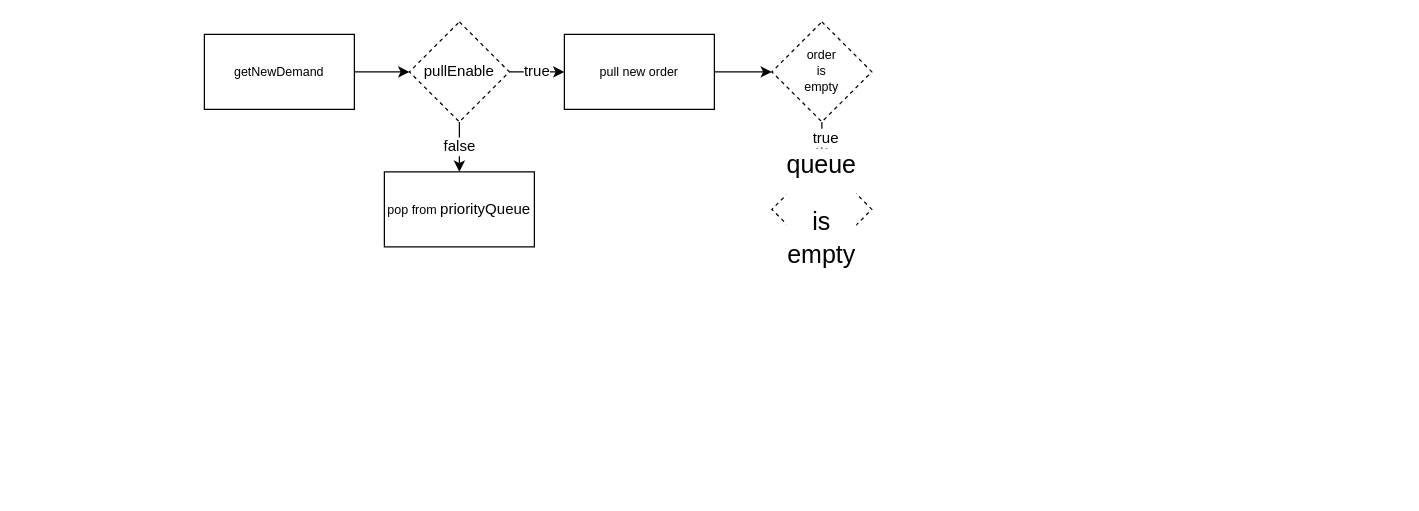
fenwuyaoji/learngit keeps this draw.io diagram as page "Page-4" (4 of 5) of Untitled Diagram.drawio. Above is the earlier version. Source tidied: cells renumbered, new cells numbered last; positions are measured from the earlier drawing's top-left corner, leaving out a move shared by most shapes. Both pictures are drawn from the tidied source at 125%, with x=0, y=0 at pixel (204, 21).
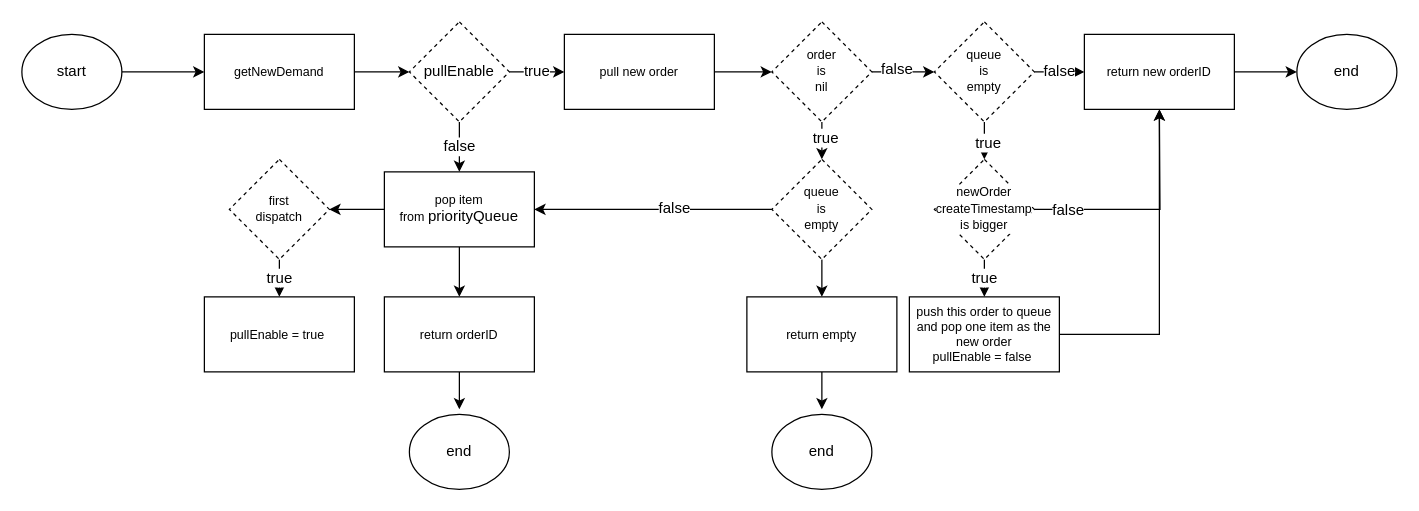
The same page after the edit.

Unchanged cells that the change refers to:
```xml
<mxCell id="3" value="getNewDemand" style="rounded=0;whiteSpace=wrap;html=1;fontSize=10;" parent="1" vertex="1">
  <mxGeometry y="10" width="120" height="60" as="geometry" />
</mxCell>
```

What changed in the source:
```diff
@@
+    <mxCell id="14" style="edgeStyle=orthogonalEdgeStyle;rounded=0;jettySize=auto;html=1;entryX=0.5;entryY=0;entryDx=0;entryDy=0;fontFamily=Helvetica;fontSize=12;" parent="1" edge="1" source="7" target="25">
+      <mxGeometry relative="1" as="geometry" />
+    </mxCell>
+    <mxCell id="15" style="edgeStyle=orthogonalEdgeStyle;rounded=0;jettySize=auto;html=1;entryX=1;entryY=0.5;entryDx=0;entryDy=0;fontFamily=Helvetica;fontSize=12;" parent="1" edge="1" source="7" target="27">
+      <mxGeometry relative="1" as="geometry" />
+    </mxCell>
-    <mxCell id="7" value="pop from&amp;nbsp;&lt;span style=&quot;background-color: rgb(255 , 255 , 255)&quot;&gt;&lt;font style=&quot;font-size: 12px&quot;&gt;priorityQueue&lt;/font&gt;&lt;/span&gt;" style="rounded=0;whiteSpace=wrap;html=1;fontSize=10;" parent="1" vertex="1">
+    <mxCell id="7" value="pop item from&amp;nbsp;&lt;span style=&quot;background-color: rgb(255 , 255 , 255)&quot;&gt;&lt;font style=&quot;font-size: 12px&quot;&gt;priorityQueue&lt;/font&gt;&lt;/span&gt;" style="rounded=0;whiteSpace=wrap;html=1;fontSize=10;" parent="1" vertex="1">
       <mxGeometry x="144" y="120" width="120" height="60" as="geometry" />
     </mxCell>
@@
-    <mxCell id="10" style="edgeStyle=orthogonalEdgeStyle;rounded=0;jettySize=auto;html=1;exitX=0.5;exitY=1;exitDx=0;exitDy=0;fontFamily=Helvetica;fontSize=12;entryX=0.5;entryY=0;entryDx=0;entryDy=0;" parent="1" edge="1" source="12" target="13">
-      <mxGeometry relative="1" as="geometry" />
+    <mxCell id="10" style="edgeStyle=orthogonalEdgeStyle;rounded=0;jettySize=auto;html=1;exitX=0.5;exitY=1;exitDx=0;exitDy=0;fontFamily=Helvetica;fontSize=12;entryX=0.5;entryY=0;entryDx=0;entryDy=0;" parent="1" edge="1" source="12">
+      <mxGeometry relative="1" as="geometry">
+        <mxPoint x="494" y="110" as="targetPoint" />
+      </mxGeometry>
     </mxCell>
@@
+    <mxCell id="16" style="edgeStyle=orthogonalEdgeStyle;rounded=0;jettySize=auto;html=1;entryX=0;entryY=0.5;entryDx=0;entryDy=0;fontFamily=Helvetica;fontSize=12;" parent="1" edge="1" source="12">
+      <mxGeometry relative="1" as="geometry">
+        <mxPoint x="584" y="40" as="targetPoint" />
+      </mxGeometry>
+    </mxCell>
+    <mxCell id="17" value="false" style="edgeLabel;html=1;align=center;verticalAlign=middle;fontSize=12;fontFamily=Helvetica;" parent="16" vertex="1">
+      <mxGeometry x="-0.24" y="3" relative="1" as="geometry" />
+    </mxCell>
-    <mxCell id="12" value="&lt;pre style=&quot;background-color: rgb(255 , 255 , 255)&quot;&gt;&lt;p&gt;&lt;font face=&quot;Helvetica&quot;&gt;order&lt;br&gt;&lt;/font&gt;&lt;font face=&quot;Helvetica&quot;&gt;is&lt;br&gt;&lt;/font&gt;&lt;font face=&quot;Helvetica&quot;&gt;empty&lt;/font&gt;&lt;/p&gt;&lt;/pre&gt;" style="rhombus;whiteSpace=wrap;html=1;dashed=1;fontSize=10;fillColor=default;" parent="1" vertex="1">
+    <mxCell id="12" value="&lt;pre style=&quot;background-color: rgb(255 , 255 , 255)&quot;&gt;&lt;p&gt;&lt;font face=&quot;Helvetica&quot;&gt;order&lt;br&gt;&lt;/font&gt;&lt;font face=&quot;Helvetica&quot;&gt;is&lt;br&gt;&lt;/font&gt;&lt;font face=&quot;Helvetica&quot;&gt;nil&lt;/font&gt;&lt;/p&gt;&lt;/pre&gt;" style="rhombus;whiteSpace=wrap;html=1;dashed=1;fontSize=10;fillColor=default;" parent="1" vertex="1">
       <mxGeometry x="454" width="80" height="80" as="geometry" />
     </mxCell>
-    <mxCell id="13" value="&lt;pre style=&quot;background-color: rgb(255 , 255 , 255)&quot;&gt;&lt;h1&gt;&lt;p&gt;&lt;font face=&quot;Helvetica&quot; style=&quot;font-weight: normal&quot;&gt;queue&lt;/font&gt;&lt;/p&gt;&lt;p&gt;&lt;span style=&quot;font-weight: normal&quot;&gt;&lt;font face=&quot;Helvetica&quot;&gt;is&lt;br&gt;&lt;/font&gt;&lt;font face=&quot;Helvetica&quot;&gt;empty&lt;/font&gt;&lt;/span&gt;&lt;/p&gt;&lt;/h1&gt;&lt;/pre&gt;" style="rhombus;whiteSpace=wrap;html=1;dashed=1;fontSize=10;fillColor=default;" parent="1" vertex="1">
-      <mxGeometry x="454" y="110" width="80" height="80" as="geometry" />
-    </mxCell>
+    <mxCell id="18" style="edgeStyle=orthogonalEdgeStyle;rounded=0;jettySize=auto;html=1;entryX=1;entryY=0.5;entryDx=0;entryDy=0;fontFamily=Helvetica;fontSize=12;" parent="1" edge="1" source="21" target="7">
+      <mxGeometry relative="1" as="geometry" />
+    </mxCell>
+    <mxCell id="19" value="false" style="edgeLabel;html=1;align=center;verticalAlign=middle;fontSize=12;fontFamily=Helvetica;" parent="18" vertex="1">
+      <mxGeometry x="-0.17" y="-2" relative="1" as="geometry" />
+    </mxCell>
+    <mxCell id="20" style="edgeStyle=orthogonalEdgeStyle;rounded=0;jettySize=auto;html=1;fontFamily=Helvetica;fontSize=12;entryX=0.5;entryY=0;entryDx=0;entryDy=0;" parent="1" edge="1" source="21" target="23">
+      <mxGeometry relative="1" as="geometry" />
+    </mxCell>
+    <mxCell id="21" value="&lt;pre style=&quot;background-color: rgb(255 , 255 , 255)&quot;&gt;&lt;p&gt;&lt;font face=&quot;Helvetica&quot;&gt;queue&lt;br&gt;&lt;/font&gt;&lt;font face=&quot;Helvetica&quot;&gt;is&lt;br&gt;&lt;/font&gt;&lt;font face=&quot;Helvetica&quot;&gt;empty&lt;/font&gt;&lt;/p&gt;&lt;/pre&gt;" style="rhombus;whiteSpace=wrap;html=1;dashed=1;fontSize=10;fillColor=default;" parent="1" vertex="1">
+      <mxGeometry x="454" y="110" width="80" height="80" as="geometry" />
+    </mxCell>
+    <mxCell id="22" style="edgeStyle=orthogonalEdgeStyle;rounded=0;jettySize=auto;html=1;fontFamily=Helvetica;fontSize=12;" parent="1" edge="1" source="23">
+      <mxGeometry relative="1" as="geometry">
+        <mxPoint x="494" y="310" as="targetPoint" />
+      </mxGeometry>
+    </mxCell>
+    <mxCell id="23" value="return empty" style="rounded=0;whiteSpace=wrap;html=1;fontSize=10;" parent="1" vertex="1">
+      <mxGeometry x="434" y="220" width="120" height="60" as="geometry" />
+    </mxCell>
+    <mxCell id="24" style="edgeStyle=orthogonalEdgeStyle;rounded=0;jettySize=auto;html=1;fontFamily=Helvetica;fontSize=12;" parent="1" edge="1" source="25">
+      <mxGeometry relative="1" as="geometry">
+        <mxPoint x="204" y="310" as="targetPoint" />
+      </mxGeometry>
+    </mxCell>
+    <mxCell id="25" value="return orderID" style="rounded=0;whiteSpace=wrap;html=1;fontSize=10;" parent="1" vertex="1">
+      <mxGeometry x="144" y="220" width="120" height="60" as="geometry" />
+    </mxCell>
+    <mxCell id="26" value="true" style="edgeStyle=orthogonalEdgeStyle;rounded=0;jettySize=auto;html=1;entryX=0.5;entryY=0;entryDx=0;entryDy=0;fontFamily=Helvetica;fontSize=12;" parent="1" edge="1" source="27" target="28">
+      <mxGeometry relative="1" as="geometry" />
+    </mxCell>
+    <mxCell id="27" value="&lt;pre style=&quot;background-color: rgb(255 , 255 , 255)&quot;&gt;&lt;p&gt;&lt;span style=&quot;font-family: &amp;#34;helvetica&amp;#34;&quot;&gt;first&lt;/span&gt;&lt;font face=&quot;Helvetica&quot;&gt;&lt;br&gt;dispatch&lt;/font&gt;&lt;/p&gt;&lt;/pre&gt;" style="rhombus;whiteSpace=wrap;html=1;dashed=1;fontSize=10;fillColor=default;" parent="1" vertex="1">
+      <mxGeometry x="20" y="110" width="80" height="80" as="geometry" />
+    </mxCell>
+    <mxCell id="28" value="pullEnable = true&amp;nbsp;" style="rounded=0;whiteSpace=wrap;html=1;fontSize=10;" parent="1" vertex="1">
+      <mxGeometry y="220" width="120" height="60" as="geometry" />
+    </mxCell>
+    <mxCell id="29" style="edgeStyle=orthogonalEdgeStyle;rounded=0;jettySize=auto;html=1;entryX=0.5;entryY=0;entryDx=0;entryDy=0;fontFamily=Helvetica;fontSize=12;" parent="1" edge="1" source="32" target="38">
+      <mxGeometry relative="1" as="geometry" />
+    </mxCell>
+    <mxCell id="30" value="true" style="edgeLabel;html=1;align=center;verticalAlign=middle;fontSize=12;fontFamily=Helvetica;" parent="29" vertex="1">
+      <mxGeometry x="-0.04" y="-2" relative="1" as="geometry" />
+    </mxCell>
+    <mxCell id="31" value="false" style="edgeStyle=orthogonalEdgeStyle;rounded=0;jettySize=auto;html=1;entryX=0;entryY=0.5;entryDx=0;entryDy=0;fontFamily=Helvetica;fontSize=12;" parent="1" edge="1" source="32" target="34">
+      <mxGeometry relative="1" as="geometry" />
+    </mxCell>
+    <mxCell id="32" value="&lt;pre style=&quot;background-color: rgb(255 , 255 , 255)&quot;&gt;&lt;p&gt;&lt;font face=&quot;Helvetica&quot;&gt;queue&lt;br&gt;&lt;/font&gt;&lt;font face=&quot;Helvetica&quot;&gt;is&lt;br&gt;&lt;/font&gt;&lt;font face=&quot;Helvetica&quot;&gt;empty&lt;/font&gt;&lt;/p&gt;&lt;/pre&gt;" style="rhombus;whiteSpace=wrap;html=1;dashed=1;fontSize=10;fillColor=default;" parent="1" vertex="1">
+      <mxGeometry x="584" width="80" height="80" as="geometry" />
+    </mxCell>
+    <mxCell id="33" style="edgeStyle=orthogonalEdgeStyle;rounded=0;jettySize=auto;html=1;entryX=0;entryY=0.5;entryDx=0;entryDy=0;fontFamily=Helvetica;fontSize=12;" parent="1" edge="1" source="34" target="43">
+      <mxGeometry relative="1" as="geometry" />
+    </mxCell>
+    <mxCell id="34" value="return new orderID" style="rounded=0;whiteSpace=wrap;html=1;fontSize=10;" parent="1" vertex="1">
+      <mxGeometry x="704" y="10" width="120" height="60" as="geometry" />
+    </mxCell>
+    <mxCell id="35" value="true" style="edgeStyle=orthogonalEdgeStyle;rounded=0;jettySize=auto;html=1;entryX=0.5;entryY=0;entryDx=0;entryDy=0;fontFamily=Helvetica;fontSize=12;" parent="1" edge="1" source="38" target="40">
+      <mxGeometry relative="1" as="geometry" />
+    </mxCell>
+    <mxCell id="36" style="edgeStyle=orthogonalEdgeStyle;rounded=0;jettySize=auto;html=1;fontFamily=Helvetica;fontSize=12;" parent="1" edge="1" source="38">
+      <mxGeometry relative="1" as="geometry">
+        <mxPoint x="764" y="70" as="targetPoint" />
+      </mxGeometry>
+    </mxCell>
+    <mxCell id="37" value="false" style="edgeLabel;html=1;align=center;verticalAlign=middle;fontSize=12;fontFamily=Helvetica;" parent="36" vertex="1">
+      <mxGeometry x="-0.71" relative="1" as="geometry" />
+    </mxCell>
+    <mxCell id="38" value="&lt;pre style=&quot;background-color: rgb(255 , 255 , 255)&quot;&gt;&lt;p&gt;&lt;font face=&quot;Helvetica&quot;&gt;newOrder&lt;br&gt;&lt;/font&gt;&lt;font face=&quot;Helvetica&quot;&gt;createTimestamp&lt;br&gt;is bigger&lt;/font&gt;&lt;/p&gt;&lt;/pre&gt;" style="rhombus;whiteSpace=wrap;html=1;dashed=1;fontSize=10;fillColor=default;" parent="1" vertex="1">
+      <mxGeometry x="584" y="110" width="80" height="80" as="geometry" />
+    </mxCell>
+    <mxCell id="39" style="edgeStyle=orthogonalEdgeStyle;rounded=0;jettySize=auto;html=1;entryX=0.5;entryY=1;entryDx=0;entryDy=0;fontFamily=Helvetica;fontSize=12;exitX=1;exitY=0.5;exitDx=0;exitDy=0;" parent="1" edge="1" source="40" target="34">
+      <mxGeometry relative="1" as="geometry" />
+    </mxCell>
+    <mxCell id="40" value="push this order to queue and pop one item as the new order&lt;br&gt;pullEnable = false&amp;nbsp;" style="rounded=0;whiteSpace=wrap;html=1;fontSize=10;" parent="1" vertex="1">
+      <mxGeometry x="564" y="220" width="120" height="60" as="geometry" />
+    </mxCell>
+    <mxCell id="41" style="edgeStyle=orthogonalEdgeStyle;rounded=0;jettySize=auto;html=1;entryX=0;entryY=0.5;entryDx=0;entryDy=0;fontFamily=Helvetica;fontSize=12;" parent="1" edge="1" source="42" target="3">
+      <mxGeometry relative="1" as="geometry" />
+    </mxCell>
+    <mxCell id="42" value="start" style="ellipse;whiteSpace=wrap;html=1;fontFamily=Helvetica;fontSize=12;align=center;" parent="1" vertex="1">
+      <mxGeometry x="-146" y="10" width="80" height="60" as="geometry" />
+    </mxCell>
+    <mxCell id="43" value="end" style="ellipse;whiteSpace=wrap;html=1;fontFamily=Helvetica;fontSize=12;align=center;" parent="1" vertex="1">
+      <mxGeometry x="874" y="10" width="80" height="60" as="geometry" />
+    </mxCell>
+    <mxCell id="44" value="end" style="ellipse;whiteSpace=wrap;html=1;fontFamily=Helvetica;fontSize=12;align=center;" parent="1" vertex="1">
+      <mxGeometry x="454" y="314" width="80" height="60" as="geometry" />
+    </mxCell>
+    <mxCell id="45" value="end" style="ellipse;whiteSpace=wrap;html=1;fontFamily=Helvetica;fontSize=12;align=center;" parent="1" vertex="1">
+      <mxGeometry x="164" y="314" width="80" height="60" as="geometry" />
+    </mxCell>
```
